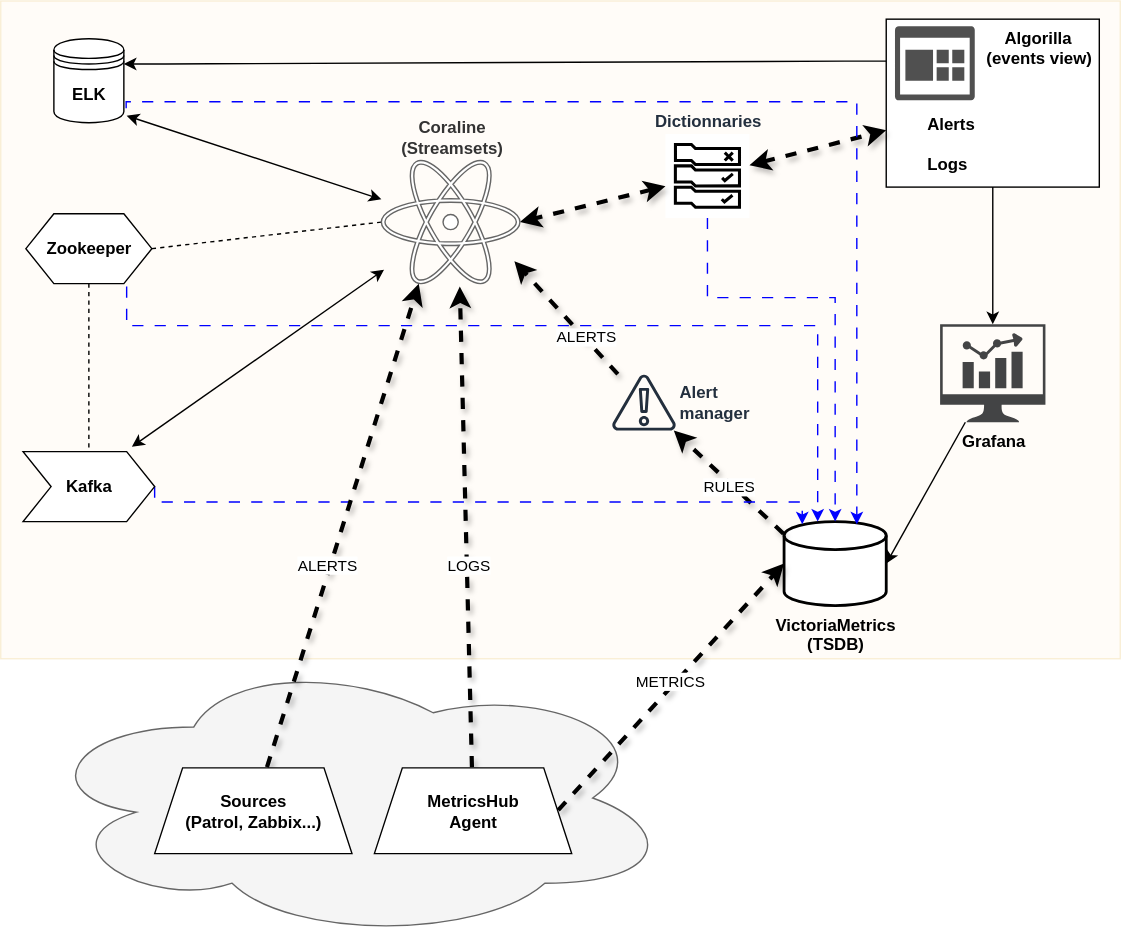
The draw.io diagram Monityr-x_infra.svg in raynaldcuillerier/monityrx_flow_grafana, before a commit. Source tidied: cells renumbered, new cells last; positions are measured from the earlier drawing's top-left corner, leaving out a move shared by most shapes.
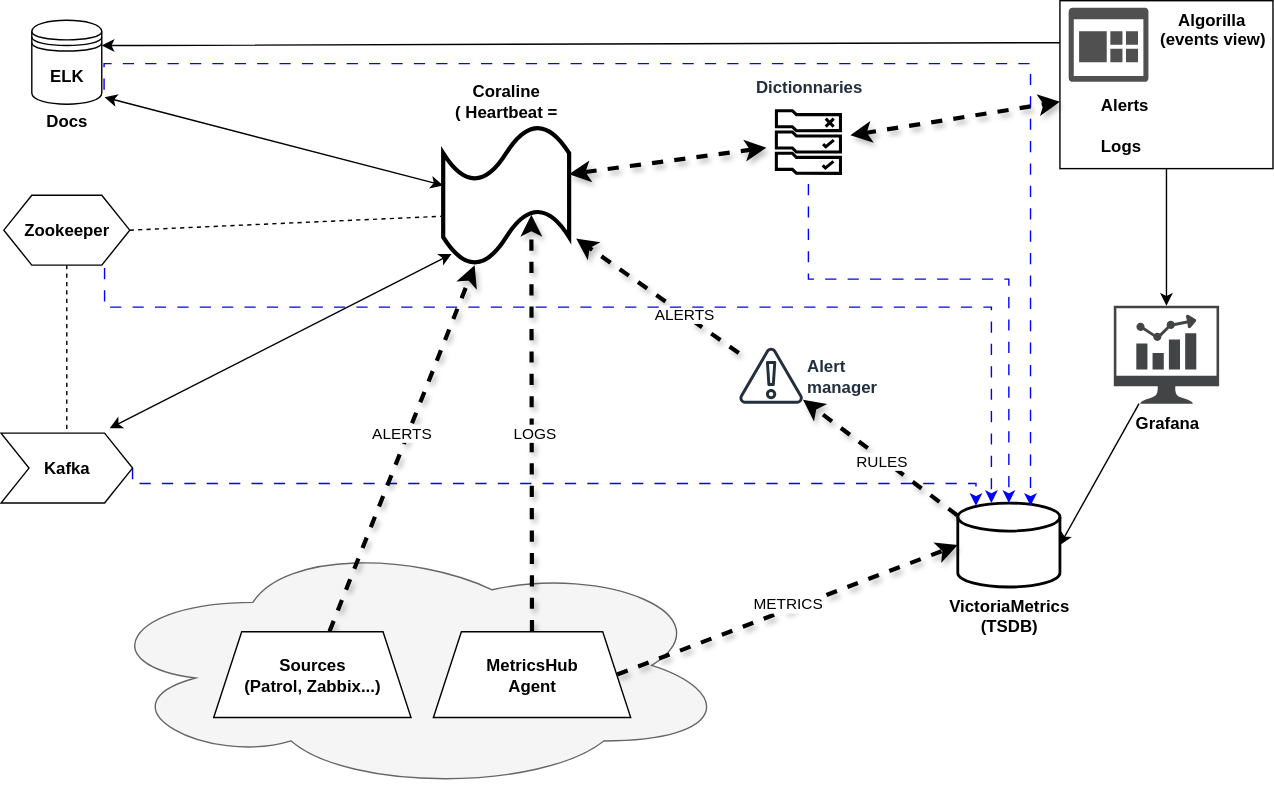
The same file after the commit.

The edit, as a diff of the source:
```diff
@@ -2,24 +2,21 @@
   <root>
     <mxCell id="0" />
     <mxCell id="1" parent="0" />
-    <mxCell id="2" style="rounded=0;whiteSpace=wrap;html=1;fillColor=#ffe6cc;strokeColor=#d79b00;opacity=15;" parent="1" vertex="1">
-      <mxGeometry width="800" height="470" as="geometry" />
-    </mxCell>
     <mxCell id="3" style="ellipse;shape=cloud;whiteSpace=wrap;html=1;fillColor=#f5f5f5;fontColor=#333333;strokeColor=#666666;" parent="1" vertex="1">
-      <mxGeometry x="24" y="468" width="456" height="203" as="geometry" />
+      <mxGeometry x="82" y="398" width="456" height="180" as="geometry" />
     </mxCell>
     <mxCell id="4" value="&lt;div style=&quot;text-align: justify;&quot;&gt;&lt;span style=&quot;text-wrap-mode: nowrap; background-color: transparent;&quot;&gt;&lt;font style=&quot;color: rgb(0, 0, 0);&quot;&gt;&amp;nbsp; &amp;nbsp; Algorilla&lt;/font&gt;&lt;/span&gt;&lt;/div&gt;&lt;div style=&quot;text-align: justify; text-wrap-mode: nowrap;&quot;&gt;&lt;font style=&quot;color: rgb(0, 0, 0);&quot;&gt;(events view)&amp;nbsp;&lt;/font&gt;&lt;/div&gt;" style="text;html=1;align=right;verticalAlign=top;whiteSpace=wrap;rounded=0;fillColor=#FFFFFF;strokeColor=default;fontStyle=1;glass=0;fontColor=#FFFFFF;" parent="1" vertex="1">
-      <mxGeometry x="632.8" y="13" width="152.2" height="120" as="geometry" />
+      <mxGeometry x="772.8" y="13" width="152.2" height="120" as="geometry" />
     </mxCell>
     <mxCell id="5" value="VictoriaMetrics&lt;div&gt;(TSDB)&lt;/div&gt;" style="strokeWidth=2;html=1;shape=mxgraph.flowchart.database;whiteSpace=wrap;labelPosition=center;verticalLabelPosition=bottom;align=center;verticalAlign=top;fontStyle=1;" parent="1" vertex="1">
-      <mxGeometry x="559.8" y="372" width="73" height="60" as="geometry" />
+      <mxGeometry x="699.8" y="372" width="73" height="60" as="geometry" />
     </mxCell>
-    <mxCell id="6" style="rounded=0;jettySize=auto;html=1;strokeWidth=3;flowAnimation=1;shadow=1;entryX=0.566;entryY=1.023;entryDx=0;entryDy=0;entryPerimeter=0;" parent="1" edge="1" source="35" target="36">
+    <mxCell id="6" style="rounded=0;jettySize=auto;html=1;strokeWidth=3;flowAnimation=1;shadow=1;entryX=0.7;entryY=0.64;entryDx=0;entryDy=0;entryPerimeter=0;" parent="1" edge="1" source="35" target="42">
       <mxGeometry relative="1" as="geometry" />
     </mxCell>
     <mxCell id="7" value="LOGS" style="edgeLabel;html=1;align=center;verticalAlign=middle;" parent="6" vertex="1">
       <mxGeometry x="-0.02" y="-2" relative="1" as="geometry">
-        <mxPoint x="-1" y="22" as="offset" />
+        <mxPoint x="-1" y="4" as="offset" />
       </mxGeometry>
     </mxCell>
     <mxCell id="8" style="rounded=0;jettySize=auto;html=1;entryX=0;entryY=0.5;entryDx=0;entryDy=0;entryPerimeter=0;strokeColor=#000000;strokeWidth=3;flowAnimation=1;shadow=1;exitX=1;exitY=0.5;exitDx=0;exitDy=0;" parent="1" edge="1" source="35" target="5">
@@ -31,9 +28,9 @@
       </mxGeometry>
     </mxCell>
     <mxCell id="10" value="Grafana" style="shadow=0;dashed=0;html=1;strokeColor=none;fillColor=#434445;labelPosition=center;verticalLabelPosition=bottom;verticalAlign=top;align=center;outlineConnect=0;shape=mxgraph.vvd.nsx_dashboard;fontStyle=1;" parent="1" vertex="1">
-      <mxGeometry x="671.2" y="231" width="75.3" height="70" as="geometry" />
+      <mxGeometry x="811.2" y="231" width="75.3" height="70" as="geometry" />
     </mxCell>
-    <mxCell id="11" style="rounded=0;jettySize=auto;html=1;startArrow=classic;startFill=1;entryX=1.04;entryY=0.917;entryDx=0;entryDy=0;entryPerimeter=0;" parent="1" edge="1" source="36" target="12">
+    <mxCell id="11" style="rounded=0;jettySize=auto;html=1;startArrow=classic;startFill=1;entryX=1.04;entryY=0.917;entryDx=0;entryDy=0;entryPerimeter=0;exitX=0;exitY=0.43;exitDx=0;exitDy=0;exitPerimeter=0;" parent="1" edge="1" source="42" target="12">
       <mxGeometry relative="1" as="geometry" />
     </mxCell>
     <mxCell id="12" value="ELK" style="shape=datastore;whiteSpace=wrap;html=1;labelPosition=center;verticalLabelPosition=middle;align=center;verticalAlign=middle;fontStyle=1;gradientColor=none;fillStyle=auto;fillColor=default;gradientDirection=south;" parent="1" vertex="1">
@@ -43,28 +40,28 @@
       <mxGeometry relative="1" as="geometry" />
     </mxCell>
     <mxCell id="14" style="shadow=0;dashed=0;html=1;strokeColor=none;labelPosition=center;verticalLabelPosition=bottom;verticalAlign=top;align=center;fillColor=#505050;shape=mxgraph.mscae.oms.dashboard;fontStyle=1;gradientColor=none;" parent="1" vertex="1">
-      <mxGeometry x="639" y="18" width="57" height="53" as="geometry" />
+      <mxGeometry x="779" y="18" width="57" height="53" as="geometry" />
     </mxCell>
     <mxCell id="15" style="rounded=0;jettySize=auto;html=1;dashed=1;endArrow=none;endFill=0;exitX=0.5;exitY=1;exitDx=0;exitDy=0;entryX=0.5;entryY=0;entryDx=0;entryDy=0;" parent="1" edge="1" source="33" target="34">
       <mxGeometry relative="1" as="geometry" />
     </mxCell>
     <mxCell id="16" value="Dictionnaries" style="outlineConnect=0;fontColor=#232F3E;gradientColor=none;strokeColor=none;fillColor=default;dashed=0;verticalLabelPosition=top;verticalAlign=bottom;align=center;html=1;fontSize=12;fontStyle=1;shape=mxgraph.aws4.resourceIcon;resIcon=mxgraph.aws4.rule_2;labelPosition=center;fillStyle=auto;" parent="1" vertex="1">
-      <mxGeometry x="475" y="95" width="60" height="60" as="geometry" />
+      <mxGeometry x="563" y="84" width="60" height="60" as="geometry" />
     </mxCell>
     <mxCell id="17" style="rounded=0;jettySize=auto;html=1;startArrow=classic;startFill=1;strokeWidth=3;flowAnimation=1;shadow=1;" parent="1" edge="1" source="16" target="4">
       <mxGeometry relative="1" as="geometry" />
     </mxCell>
-    <mxCell id="18" style="rounded=0;jettySize=auto;html=1;startArrow=classic;startFill=1;entryX=1;entryY=0.5;entryDx=0;entryDy=0;entryPerimeter=0;strokeWidth=3;flowAnimation=1;shadow=1;" parent="1" edge="1" source="16" target="36">
+    <mxCell id="18" style="rounded=0;jettySize=auto;html=1;startArrow=classic;startFill=1;strokeWidth=3;flowAnimation=1;shadow=1;entryX=1;entryY=0.35;entryDx=0;entryDy=0;entryPerimeter=0;" parent="1" edge="1" source="16" target="42">
       <mxGeometry relative="1" as="geometry" />
     </mxCell>
-    <mxCell id="19" style="rounded=0;jettySize=auto;html=1;entryX=0.02;entryY=0.886;entryDx=0;entryDy=0;entryPerimeter=0;startArrow=classic;startFill=1;flowAnimation=0;exitX=0.827;exitY=-0.069;exitDx=0;exitDy=0;exitPerimeter=0;" parent="1" edge="1" source="34" target="36">
+    <mxCell id="19" style="rounded=0;jettySize=auto;html=1;entryX=0.067;entryY=0.92;entryDx=0;entryDy=0;entryPerimeter=0;startArrow=classic;startFill=1;flowAnimation=0;exitX=0.827;exitY=-0.069;exitDx=0;exitDy=0;exitPerimeter=0;" parent="1" edge="1" source="34" target="42">
       <mxGeometry relative="1" as="geometry" />
     </mxCell>
-    <mxCell id="20" style="rounded=0;jettySize=auto;html=1;dashed=1;endArrow=none;endFill=0;entryX=0;entryY=0.5;entryDx=0;entryDy=0;entryPerimeter=0;exitX=1;exitY=0.5;exitDx=0;exitDy=0;" parent="1" edge="1" source="33" target="36">
+    <mxCell id="20" style="rounded=0;jettySize=auto;html=1;dashed=1;endArrow=none;endFill=0;entryX=0;entryY=0.65;entryDx=0;entryDy=0;entryPerimeter=0;exitX=1;exitY=0.5;exitDx=0;exitDy=0;" parent="1" edge="1" source="33" target="42">
       <mxGeometry relative="1" as="geometry" />
     </mxCell>
     <mxCell id="21" value="Alert&lt;div&gt;manager&lt;/div&gt;" style="outlineConnect=0;fontColor=#232F3E;gradientColor=none;fillColor=#232F3D;strokeColor=none;dashed=0;verticalLabelPosition=middle;verticalAlign=middle;align=left;html=1;fontSize=12;fontStyle=1;shape=mxgraph.aws4.alert;labelPosition=right;" parent="1" vertex="1">
-      <mxGeometry x="436.3" y="267" width="46.7" height="40" as="geometry" />
+      <mxGeometry x="543" y="261" width="46.7" height="40" as="geometry" />
     </mxCell>
     <mxCell id="22" style="rounded=0;jettySize=auto;html=1;startArrow=none;startFill=0;endArrow=classic;endFill=1;strokeWidth=3;flowAnimation=1;shadow=1;exitX=0;exitY=0.15;exitDx=0;exitDy=0;exitPerimeter=0;" parent="1" edge="1" source="5" target="21">
       <mxGeometry relative="1" as="geometry" />
@@ -74,7 +71,7 @@
         <mxPoint y="-3" as="offset" />
       </mxGeometry>
     </mxCell>
-    <mxCell id="24" style="rounded=0;jettySize=auto;html=1;strokeWidth=3;flowAnimation=1;shadow=1;entryX=0.96;entryY=0.818;entryDx=0;entryDy=0;entryPerimeter=0;" parent="1" edge="1" source="21" target="36">
+    <mxCell id="24" style="rounded=0;jettySize=auto;html=1;strokeWidth=3;flowAnimation=1;shadow=1;entryX=1.056;entryY=0.81;entryDx=0;entryDy=0;entryPerimeter=0;" parent="1" edge="1" source="21" target="42">
       <mxGeometry relative="1" as="geometry" />
     </mxCell>
     <mxCell id="25" value="ALERTS" style="edgeLabel;html=1;align=center;verticalAlign=middle;" parent="24" vertex="1">
@@ -100,14 +97,14 @@
     <mxCell id="28" style="rounded=0;jettySize=auto;html=1;edgeStyle=elbowEdgeStyle;elbow=vertical;dashed=1;dashPattern=8 8;exitX=1.033;exitY=0.827;exitDx=0;exitDy=0;exitPerimeter=0;strokeColor=#0000FF;endArrow=classic;endFill=1;entryX=0.712;entryY=0.033;entryDx=0;entryDy=0;entryPerimeter=0;" parent="1" edge="1" source="12" target="5">
       <mxGeometry relative="1" as="geometry">
         <Array as="points">
-          <mxPoint x="302" y="72" />
+          <mxPoint x="432" y="58" />
         </Array>
       </mxGeometry>
     </mxCell>
     <mxCell id="29" style="rounded=0;jettySize=auto;html=1;edgeStyle=elbowEdgeStyle;elbow=vertical;dashed=1;dashPattern=8 8;strokeColor=#0000FF;entryX=0.5;entryY=0;entryDx=0;entryDy=0;entryPerimeter=0;" parent="1" edge="1" source="16" target="5">
       <mxGeometry relative="1" as="geometry">
         <Array as="points">
-          <mxPoint x="545" y="212" />
+          <mxPoint x="685" y="212" />
         </Array>
       </mxGeometry>
     </mxCell>
@@ -115,10 +112,10 @@
       <mxGeometry relative="1" as="geometry" />
     </mxCell>
     <mxCell id="31" value="Alerts" style="rounded=0;whiteSpace=wrap;html=1;fillColor=#FFFFFF;strokeColor=none;opacity=0;align=left;fontStyle=1;fontColor=#000000;" parent="1" vertex="1">
-      <mxGeometry x="660" y="73" width="100" height="30" as="geometry" />
+      <mxGeometry x="800" y="73" width="100" height="30" as="geometry" />
     </mxCell>
     <mxCell id="32" value="Logs" style="rounded=0;whiteSpace=wrap;html=1;fillColor=#FFFFFF;strokeColor=none;opacity=0;align=left;fontStyle=1;fontColor=#000000;" parent="1" vertex="1">
-      <mxGeometry x="660" y="102" width="100" height="30" as="geometry" />
+      <mxGeometry x="800" y="102" width="100" height="30" as="geometry" />
     </mxCell>
     <mxCell id="33" value="Zookeeper" style="shape=hexagon;perimeter=hexagonPerimeter2;whiteSpace=wrap;html=1;fixedSize=1;fontStyle=1;fillColor=default;" parent="1" vertex="1">
       <mxGeometry x="18" y="152" width="90" height="50" as="geometry" />
@@ -127,24 +124,27 @@
       <mxGeometry x="16" y="322" width="94" height="50" as="geometry" />
     </mxCell>
     <mxCell id="35" value="MetricsHub&lt;div&gt;Agent&lt;/div&gt;" style="shape=trapezoid;perimeter=trapezoidPerimeter;whiteSpace=wrap;html=1;fixedSize=1;fontStyle=1;" parent="1" vertex="1">
-      <mxGeometry x="267" y="548" width="141" height="61.2" as="geometry" />
+      <mxGeometry x="325" y="464" width="141" height="61.2" as="geometry" />
     </mxCell>
-    <mxCell id="36" value="Coraline&lt;div&gt;(Streamsets)&lt;/div&gt;" style="shape=mxgraph.signs.science.nuclear_1;html=1;fillColor=#FFFFFF;strokeColor=#666666;verticalLabelPosition=top;verticalAlign=bottom;align=center;sketch=0;labelPosition=center;fontStyle=1;fontColor=#333333;gradientColor=none;" parent="1" vertex="1">
-      <mxGeometry x="272" y="114" width="99" height="88" as="geometry" />
-    </mxCell>
     <mxCell id="37" style="rounded=0;jettySize=auto;html=1;entryX=1;entryY=0.5;entryDx=0;entryDy=0;entryPerimeter=0;" parent="1" edge="1" source="10" target="5">
       <mxGeometry relative="1" as="geometry" />
     </mxCell>
-    <mxCell id="38" style="rounded=0;jettySize=auto;html=1;entryX=0.27;entryY=1;entryDx=0;entryDy=0;entryPerimeter=0;flowAnimation=1;strokeWidth=3;shadow=1;" parent="1" edge="1" source="40" target="36">
+    <mxCell id="38" style="rounded=0;jettySize=auto;html=1;flowAnimation=1;strokeWidth=3;shadow=1;entryX=0.25;entryY=1;entryDx=0;entryDy=0;entryPerimeter=0;" parent="1" edge="1" source="40" target="42">
       <mxGeometry relative="1" as="geometry" />
     </mxCell>
     <mxCell id="39" value="ALERTS" style="edgeLabel;html=1;align=center;verticalAlign=middle;" parent="38" vertex="1">
       <mxGeometry x="0.03" y="-2" relative="1" as="geometry">
-        <mxPoint x="-16" y="32" as="offset" />
+        <mxPoint x="-4" y="-8" as="offset" />
       </mxGeometry>
     </mxCell>
     <mxCell id="40" value="&lt;div&gt;Sources&lt;/div&gt;&lt;div&gt;(Patrol, Zabbix...)&lt;/div&gt;" style="shape=trapezoid;perimeter=trapezoidPerimeter;whiteSpace=wrap;html=1;fixedSize=1;fontStyle=1;" parent="1" vertex="1">
-      <mxGeometry x="110" y="548" width="141" height="61.2" as="geometry" />
+      <mxGeometry x="168" y="464" width="141" height="61.2" as="geometry" />
     </mxCell>
+    <mxCell id="41" value="Docs" style="text;html=1;align=center;verticalAlign=middle;whiteSpace=wrap;rounded=0;fontStyle=1;" parent="1" vertex="1">
+      <mxGeometry x="33" y="84" width="60" height="30" as="geometry" />
+    </mxCell>
+    <mxCell id="42" value="Coraline&lt;div&gt;( Heartbeat =&lt;/div&gt;" style="shape=tape;whiteSpace=wrap;html=1;strokeWidth=3;labelPosition=center;verticalLabelPosition=top;align=center;verticalAlign=bottom;fontStyle=1;" parent="1" vertex="1">
+      <mxGeometry x="332" y="102" width="90" height="100" as="geometry" />
+    </mxCell>
   </root>
 </mxGraphModel>
```
